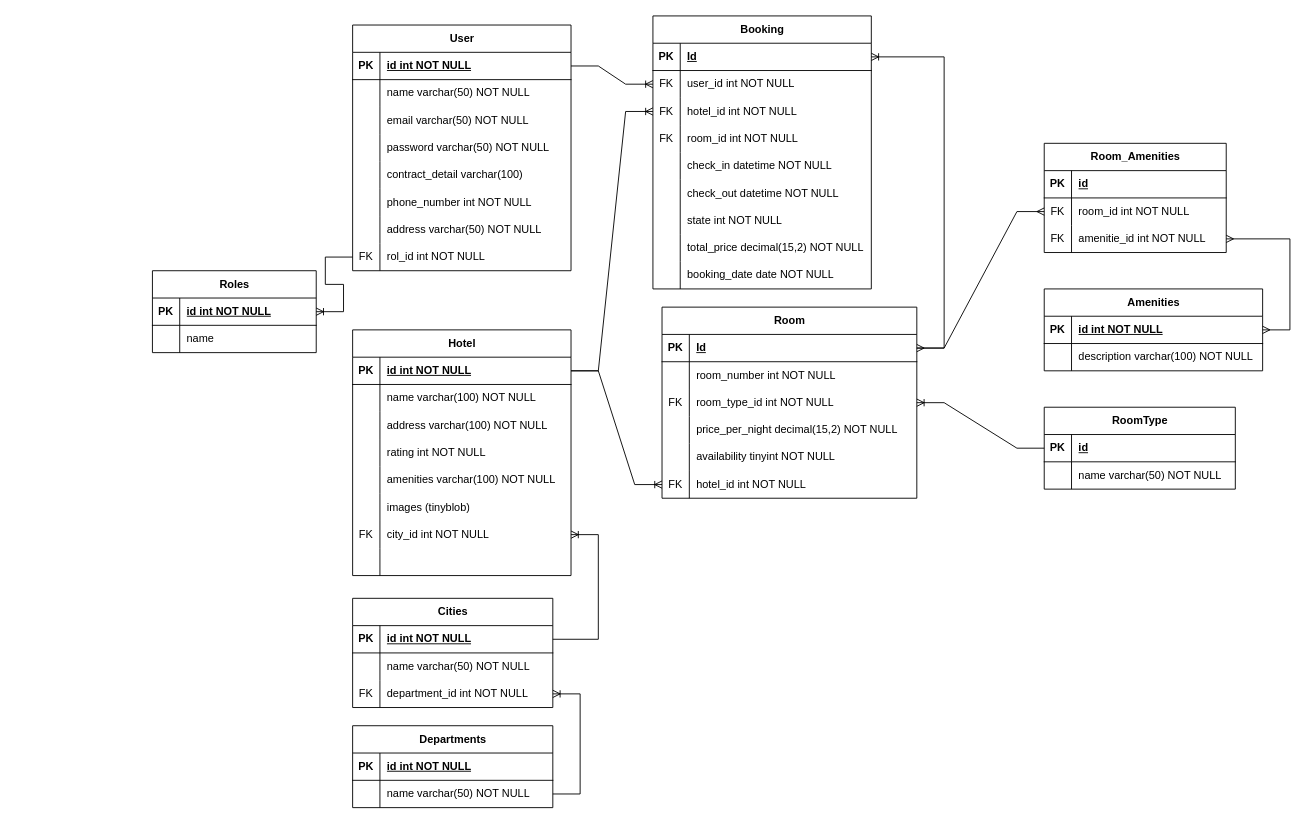
Earlier version of the draw.io diagram docs/ProyectoFinal_ER.drawio (luissotelo96/proyecto-final-app-emp-backend). Source tidied: cells renumbered, new cells numbered last; positions are measured from the earlier drawing's top-left corner, leaving out a move shared by most shapes. Both pictures are drawn from the tidied source at 91%, with x=0, y=0 at pixel (152, 15).
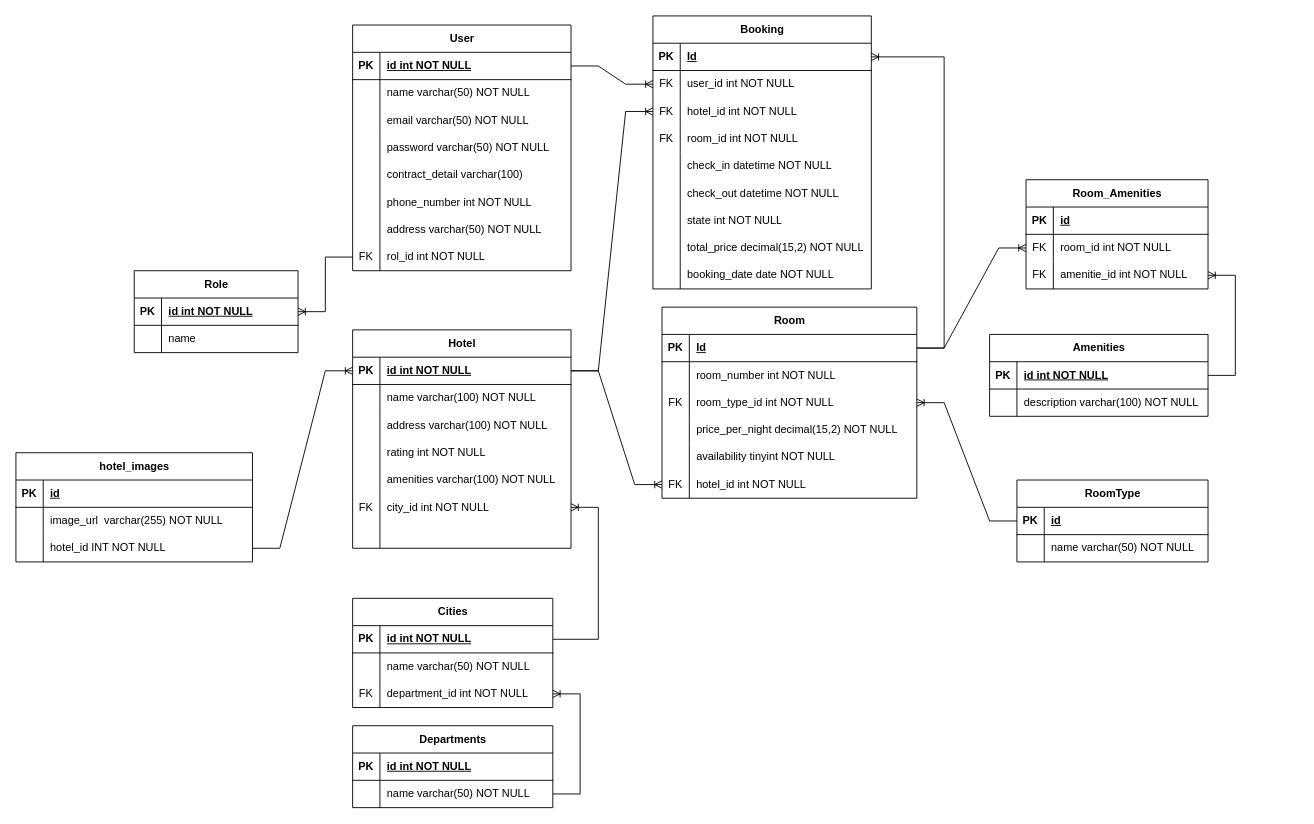
The same diagram, later.

The change refers to these unchanged cells:
```xml
<mxCell id="28" style="shape=tableRow;horizontal=0;startSize=0;swimlaneHead=0;swimlaneBody=0;fillColor=none;points=[[0,0.5],[1,0.5]];portConstraint=eastwest;top=0;left=0;right=0;bottom=1;" parent="27" vertex="1">
  <mxGeometry y="30" width="240" height="30" as="geometry" />
</mxCell>
<mxCell id="53" style="shape=tableRow;horizontal=0;startSize=0;swimlaneHead=0;swimlaneBody=0;fillColor=none;points=[[0,0.5],[1,0.5]];portConstraint=eastwest;top=0;left=0;right=0;bottom=1;" parent="52" vertex="1">
  <mxGeometry y="30" width="280" height="30" as="geometry" />
</mxCell>
<mxCell id="138" style="shape=tableRow;horizontal=0;startSize=0;swimlaneHead=0;swimlaneBody=0;fillColor=none;points=[[0,0.5],[1,0.5]];portConstraint=eastwest;top=0;left=0;right=0;bottom=1;" parent="137" vertex="1">
  <mxGeometry y="30" width="240" height="30" as="geometry" />
</mxCell>
<mxCell id="148" style="shape=tableRow;horizontal=0;startSize=0;swimlaneHead=0;swimlaneBody=0;fillColor=none;points=[[0,0.5],[1,0.5]];portConstraint=eastwest;top=0;left=0;right=0;bottom=0;" parent="144" vertex="1">
  <mxGeometry y="60" width="200" height="30" as="geometry" />
</mxCell>
<mxCell id="151" style="shape=tableRow;horizontal=0;startSize=0;swimlaneHead=0;swimlaneBody=0;fillColor=none;points=[[0,0.5],[1,0.5]];portConstraint=eastwest;top=0;left=0;right=0;bottom=0;" parent="144" vertex="1">
  <mxGeometry y="90" width="200" height="30" as="geometry" />
</mxCell>
```

What changed in the source:
```diff
@@
     <mxCell id="27" value="Hotel" style="shape=table;startSize=30;childLayout=tableLayout;rowLines=0;fontStyle=1;align=center;html=1;" parent="1" vertex="1">
-      <mxGeometry x="220" y="345" width="240" height="270" as="geometry" />
+      <mxGeometry x="220" y="345" width="240" height="240" as="geometry" />
     </mxCell>
@@
-    <mxCell id="43" style="shape=tableRow;horizontal=0;startSize=0;swimlaneHead=0;swimlaneBody=0;fillColor=none;top=0;left=0;right=0;bottom=0;" parent="27" vertex="1">
-      <mxGeometry y="180" width="240" height="30" as="geometry" />
-    </mxCell>
-    <mxCell id="44" style="shape=partialRectangle;fillColor=none;top=0;left=0;bottom=0;right=0;overflow=hidden;whiteSpace=wrap;html=1;" parent="43" vertex="1">
-      <mxGeometry width="30" height="30" as="geometry" />
-    </mxCell>
-    <mxCell id="45" value="images (tinyblob)" style="shape=partialRectangle;fillColor=none;top=0;left=0;bottom=0;right=0;align=left;spacingLeft=6;overflow=hidden;whiteSpace=wrap;html=1;" parent="43" vertex="1">
-      <mxGeometry x="30" width="210" height="30" as="geometry" />
-    </mxCell>
     <mxCell id="46" style="shape=tableRow;horizontal=0;startSize=0;swimlaneHead=0;swimlaneBody=0;fillColor=none;points=[[0,0.5],[1,0.5]];portConstraint=eastwest;top=0;left=0;right=0;bottom=0;" parent="27" vertex="1">
-      <mxGeometry y="210" width="240" height="30" as="geometry" />
+      <mxGeometry y="180" width="240" height="30" as="geometry" />
     </mxCell>
@@
     <mxCell id="49" style="shape=tableRow;horizontal=0;startSize=0;swimlaneHead=0;swimlaneBody=0;fillColor=none;top=0;left=0;right=0;bottom=0;" parent="27" vertex="1">
-      <mxGeometry y="240" width="240" height="30" as="geometry" />
+      <mxGeometry y="210" width="240" height="30" as="geometry" />
     </mxCell>
@@
     <mxCell id="102" value="RoomType" style="shape=table;startSize=30;childLayout=tableLayout;rowLines=0;fontStyle=1;align=center;html=1;" parent="1" vertex="1">
-      <mxGeometry x="980" y="430" width="210" height="90" as="geometry" />
+      <mxGeometry x="950" y="510" width="210" height="90" as="geometry" />
     </mxCell>
@@
-    <mxCell id="129" value="Roles" style="shape=table;startSize=30;childLayout=tableLayout;rowLines=0;fontStyle=1;align=center;html=1;" parent="1" vertex="1">
-      <mxGeometry y="280" width="180" height="90" as="geometry" />
+    <mxCell id="129" value="Role" style="shape=table;startSize=30;childLayout=tableLayout;rowLines=0;fontStyle=1;align=center;html=1;" parent="1" vertex="1">
+      <mxGeometry x="-20" y="280" width="180" height="90" as="geometry" />
     </mxCell>
@@
     <mxCell id="137" value="Amenities" style="shape=table;startSize=30;childLayout=tableLayout;rowLines=0;fontStyle=1;align=center;html=1;" parent="1" vertex="1">
-      <mxGeometry x="980" y="300" width="240" height="90" as="geometry" />
+      <mxGeometry x="920" y="350" width="240" height="90" as="geometry" />
     </mxCell>
@@
     <mxCell id="144" value="Room_Amenities" style="shape=table;startSize=30;childLayout=tableLayout;rowLines=0;fontStyle=1;align=center;html=1;" parent="1" vertex="1">
-      <mxGeometry x="980" y="140" width="200" height="120" as="geometry" />
+      <mxGeometry x="960" y="180" width="200" height="120" as="geometry" />
     </mxCell>
@@
-    <mxCell id="154" style="edgeStyle=entityRelationEdgeStyle;fontSize=12;html=1;endArrow=ERmany;startArrow=ERmany;rounded=0;entryX=1;entryY=0.5;entryDx=0;entryDy=0;" parent="1" edge="1" source="148" target="53">
-      <mxGeometry relative="1" as="geometry" />
-    </mxCell>
-    <mxCell id="155" style="edgeStyle=entityRelationEdgeStyle;fontSize=12;html=1;endArrow=ERmany;startArrow=ERmany;rounded=0;" parent="1" edge="1" source="151" target="138">
-      <mxGeometry relative="1" as="geometry">
-        <Array as="points">
-          <mxPoint x="900" y="590" />
-          <mxPoint x="890" y="590" />
-        </Array>
-      </mxGeometry>
-    </mxCell>
@@
+    <mxCell id="157" value="hotel_images" style="shape=table;startSize=30;childLayout=tableLayout;rowLines=0;fontStyle=1;align=center;html=1;" parent="1" vertex="1">
+      <mxGeometry x="-150" y="480" width="260" height="120" as="geometry" />
+    </mxCell>
+    <mxCell id="158" style="shape=tableRow;horizontal=0;startSize=0;swimlaneHead=0;swimlaneBody=0;fillColor=none;top=0;left=0;right=0;bottom=1;" parent="157" vertex="1">
+      <mxGeometry y="30" width="260" height="30" as="geometry" />
+    </mxCell>
+    <mxCell id="159" value="PK" style="shape=partialRectangle;fillColor=none;top=0;left=0;bottom=0;right=0;fontStyle=1;overflow=hidden;whiteSpace=wrap;html=1;" parent="158" vertex="1">
+      <mxGeometry width="30" height="30" as="geometry" />
+    </mxCell>
+    <mxCell id="160" value="id" style="shape=partialRectangle;fillColor=none;top=0;left=0;bottom=0;right=0;align=left;spacingLeft=6;fontStyle=5;overflow=hidden;whiteSpace=wrap;html=1;" parent="158" vertex="1">
+      <mxGeometry x="30" width="230" height="30" as="geometry" />
+    </mxCell>
+    <mxCell id="161" style="shape=tableRow;horizontal=0;startSize=0;swimlaneHead=0;swimlaneBody=0;fillColor=none;top=0;left=0;right=0;bottom=0;" parent="157" vertex="1">
+      <mxGeometry y="60" width="260" height="30" as="geometry" />
+    </mxCell>
+    <mxCell id="162" style="shape=partialRectangle;fillColor=none;top=0;left=0;bottom=0;right=0;overflow=hidden;whiteSpace=wrap;html=1;" parent="161" vertex="1">
+      <mxGeometry width="30" height="30" as="geometry" />
+    </mxCell>
+    <mxCell id="163" value="image_url&amp;nbsp; varchar(255) NOT NULL" style="shape=partialRectangle;fillColor=none;top=0;left=0;bottom=0;right=0;align=left;spacingLeft=6;overflow=hidden;whiteSpace=wrap;html=1;" parent="161" vertex="1">
+      <mxGeometry x="30" width="230" height="30" as="geometry" />
+    </mxCell>
+    <mxCell id="164" style="shape=tableRow;horizontal=0;startSize=0;swimlaneHead=0;swimlaneBody=0;fillColor=none;points=[[0,0.5],[1,0.5]];portConstraint=eastwest;top=0;left=0;right=0;bottom=0;" parent="157" vertex="1">
+      <mxGeometry y="90" width="260" height="30" as="geometry" />
+    </mxCell>
+    <mxCell id="165" style="shape=partialRectangle;fillColor=none;top=0;left=0;bottom=0;right=0;overflow=hidden;whiteSpace=wrap;html=1;" parent="164" vertex="1">
+      <mxGeometry width="30" height="30" as="geometry" />
+    </mxCell>
+    <mxCell id="166" value="hotel_id INT NOT NULL" style="shape=partialRectangle;fillColor=none;top=0;left=0;bottom=0;right=0;align=left;spacingLeft=6;overflow=hidden;whiteSpace=wrap;html=1;" parent="164" vertex="1">
+      <mxGeometry x="30" width="230" height="30" as="geometry" />
+    </mxCell>
+    <mxCell id="167" style="edgeStyle=entityRelationEdgeStyle;fontSize=12;html=1;endArrow=ERoneToMany;rounded=0;entryX=0;entryY=0.5;entryDx=0;entryDy=0;" parent="1" edge="1" source="164" target="28">
+      <mxGeometry relative="1" as="geometry" />
+    </mxCell>
+    <mxCell id="168" style="edgeStyle=entityRelationEdgeStyle;fontSize=12;html=1;endArrow=ERoneToMany;rounded=0;exitX=1;exitY=0.5;exitDx=0;exitDy=0;entryX=1;entryY=0.5;entryDx=0;entryDy=0;" parent="1" edge="1" source="138" target="151">
+      <mxGeometry relative="1" as="geometry">
+        <Array as="points">
+          <mxPoint x="940" y="300" />
+          <mxPoint x="930" y="300" />
+          <mxPoint x="930" y="300" />
+          <mxPoint x="960" y="350" />
+          <mxPoint x="970" y="350" />
+          <mxPoint x="940" y="310" />
+          <mxPoint x="840" y="180" />
+          <mxPoint x="460" y="60" />
+        </Array>
+      </mxGeometry>
+    </mxCell>
+    <mxCell id="169" style="edgeStyle=entityRelationEdgeStyle;fontSize=12;html=1;endArrow=ERoneToMany;rounded=0;exitX=1;exitY=0.5;exitDx=0;exitDy=0;" parent="1" edge="1" source="53" target="148">
+      <mxGeometry relative="1" as="geometry" />
+    </mxCell>
```
